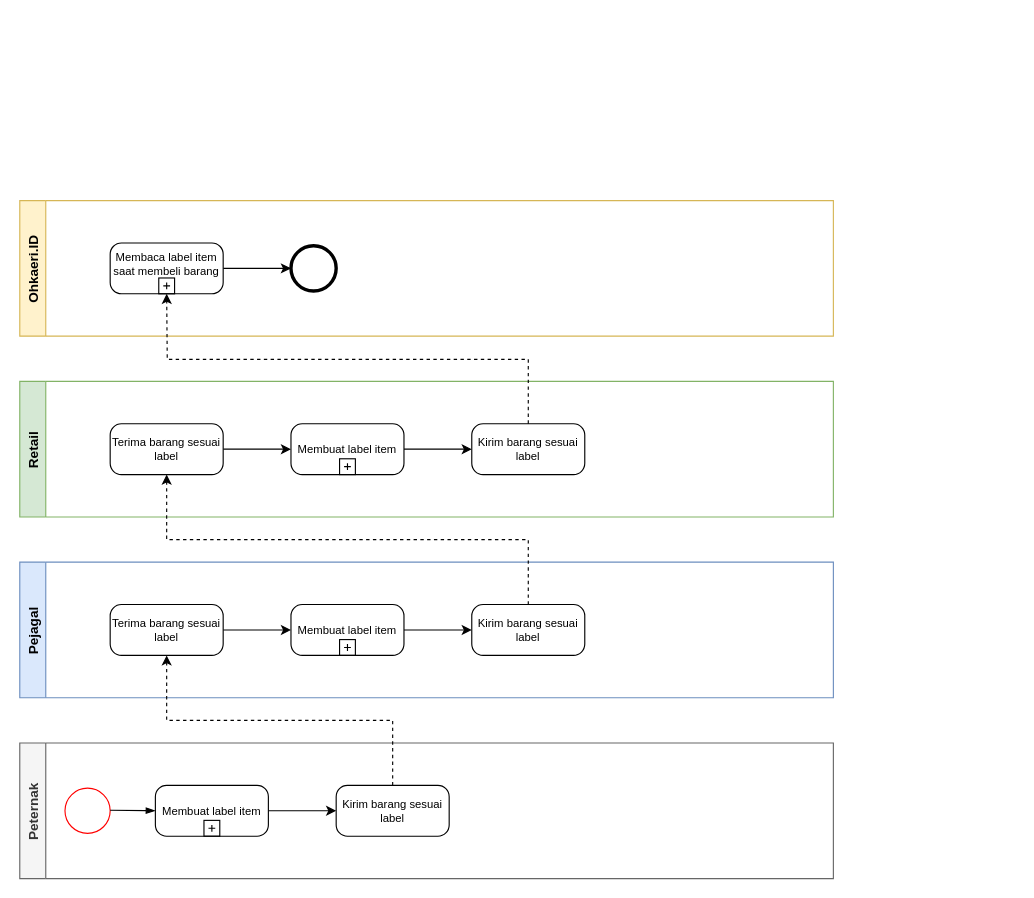
hanggaa/Diagram keeps this draw.io diagram as BPMN_Ternak(No Produce).drawio. Above is the earlier version. Source tidied: cells renumbered, new cells numbered last; positions are measured from the earlier drawing's top-left corner, leaving out a move shared by most shapes. Both pictures are drawn from the tidied source at 113%, with x=0, y=0 at pixel (19, 200).
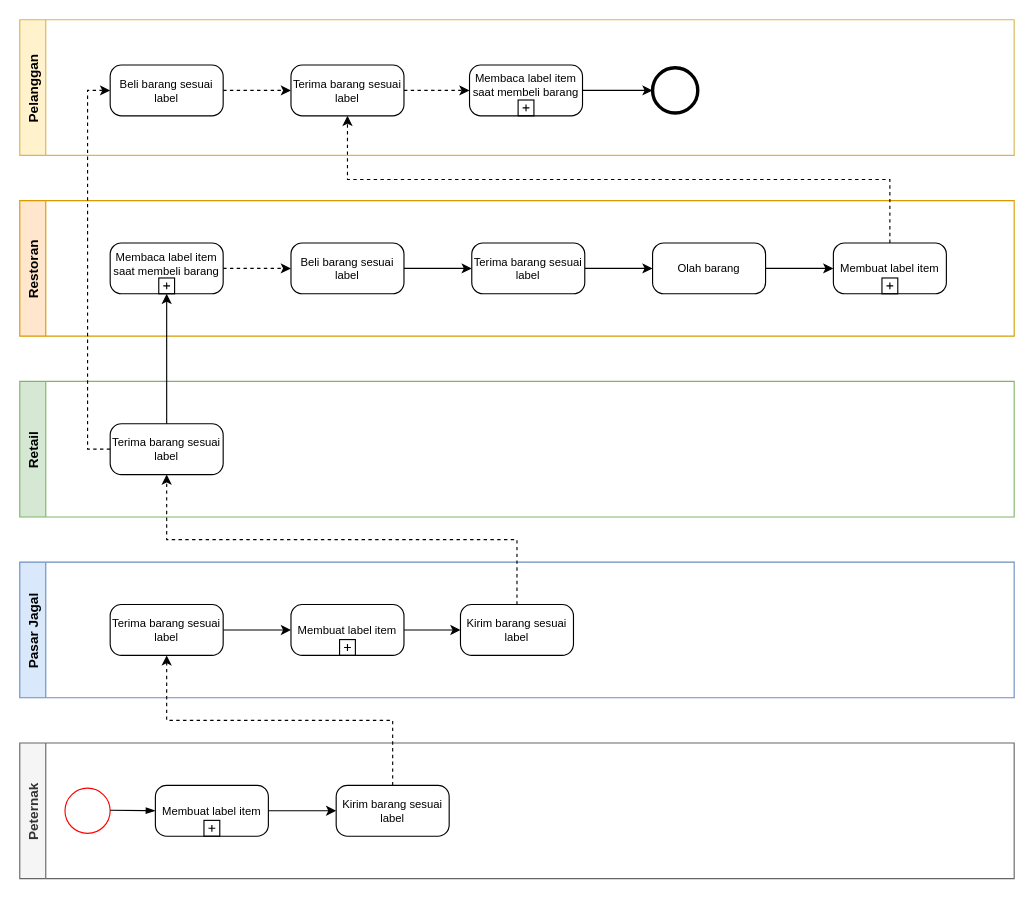
The same diagram, later.

Unchanged cells that the change refers to:
```xml
<mxCell id="4" value="Terima barang sesuai label" style="points=[[0.25,0,0],[0.5,0,0],[0.75,0,0],[1,0.25,0],[1,0.5,0],[1,0.75,0],[0.75,1,0],[0.5,1,0],[0.25,1,0],[0,0.75,0],[0,0.5,0],[0,0.25,0]];shape=mxgraph.bpmn.task;whiteSpace=wrap;rectStyle=rounded;size=10;taskMarker=abstract;fontSize=10;" parent="2" vertex="1">
  <mxGeometry x="80" y="37.5" width="100" height="45" as="geometry" />
</mxCell>
<mxCell id="10" value="Terima barang sesuai label" style="points=[[0.25,0,0],[0.5,0,0],[0.75,0,0],[1,0.25,0],[1,0.5,0],[1,0.75,0],[0.75,1,0],[0.5,1,0],[0.25,1,0],[0,0.75,0],[0,0.5,0],[0,0.25,0]];shape=mxgraph.bpmn.task;whiteSpace=wrap;rectStyle=rounded;size=10;taskMarker=abstract;fontSize=10;" parent="8" vertex="1">
  <mxGeometry x="80" y="37.5" width="100" height="45" as="geometry" />
</mxCell>
<mxCell id="16" value="Membaca label item saat membeli barang" style="points=[[0.25,0,0],[0.5,0,0],[0.75,0,0],[1,0.25,0],[1,0.5,0],[1,0.75,0],[0.75,1,0],[0.5,1,0],[0.25,1,0],[0,0.75,0],[0,0.5,0],[0,0.25,0]];shape=mxgraph.bpmn.task;whiteSpace=wrap;rectStyle=rounded;size=10;taskMarker=abstract;isLoopSub=1;fontSize=10;verticalAlign=top;" parent="14" vertex="1">
  <mxGeometry x="80" y="37.5" width="100" height="45" as="geometry" />
</mxCell>
```

What changed in the source:
```diff
@@
-    <mxCell id="2" value="Pejagal" style="swimlane;horizontal=0;fillColor=#dae8fc;strokeColor=#6c8ebf;" parent="1" vertex="1">
-      <mxGeometry y="320" width="720" height="120" as="geometry" />
+    <mxCell id="2" value="Pasar Jagal" style="swimlane;horizontal=0;fillColor=#dae8fc;strokeColor=#6c8ebf;startSize=23;" parent="1" vertex="1">
+      <mxGeometry y="320" width="880" height="120" as="geometry" />
     </mxCell>
-    <mxCell id="3" style="edgeStyle=orthogonalEdgeStyle;rounded=0;jettySize=auto;html=1;exitX=1;exitY=0.5;exitDx=0;exitDy=0;exitPerimeter=0;entryX=0;entryY=0.5;entryDx=0;entryDy=0;entryPerimeter=0;" parent="2" edge="1" source="4" target="6">
-      <mxGeometry relative="1" as="geometry" />
-    </mxCell>
+    <mxCell id="27" style="edgeStyle=orthogonalEdgeStyle;rounded=0;jettySize=auto;html=1;exitX=1;exitY=0.5;exitDx=0;exitDy=0;exitPerimeter=0;entryX=0;entryY=0.5;entryDx=0;entryDy=0;entryPerimeter=0;" parent="2" edge="1" source="4" target="29">
+      <mxGeometry relative="1" as="geometry" />
+    </mxCell>
@@
-    <mxCell id="5" style="edgeStyle=orthogonalEdgeStyle;rounded=0;jettySize=auto;html=1;exitX=1;exitY=0.5;exitDx=0;exitDy=0;exitPerimeter=0;entryX=0;entryY=0.5;entryDx=0;entryDy=0;entryPerimeter=0;" parent="2" edge="1" source="6" target="7">
-      <mxGeometry relative="1" as="geometry" />
-    </mxCell>
-    <mxCell id="6" value="Membuat label item" style="points=[[0.25,0,0],[0.5,0,0],[0.75,0,0],[1,0.25,0],[1,0.5,0],[1,0.75,0],[0.75,1,0],[0.5,1,0],[0.25,1,0],[0,0.75,0],[0,0.5,0],[0,0.25,0]];shape=mxgraph.bpmn.task;whiteSpace=wrap;rectStyle=rounded;size=10;taskMarker=abstract;isLoopSub=1;fontSize=10;" parent="2" vertex="1">
-      <mxGeometry x="240" y="37.5" width="100" height="45" as="geometry" />
-    </mxCell>
     <mxCell id="7" value="Kirim barang sesuai label" style="points=[[0.25,0,0],[0.5,0,0],[0.75,0,0],[1,0.25,0],[1,0.5,0],[1,0.75,0],[0.75,1,0],[0.5,1,0],[0.25,1,0],[0,0.75,0],[0,0.5,0],[0,0.25,0]];shape=mxgraph.bpmn.task;whiteSpace=wrap;rectStyle=rounded;size=10;taskMarker=abstract;fontSize=10;" parent="2" vertex="1">
-      <mxGeometry x="400" y="37.5" width="100" height="45" as="geometry" />
+      <mxGeometry x="390" y="37.5" width="100" height="45" as="geometry" />
     </mxCell>
+    <mxCell id="28" style="edgeStyle=orthogonalEdgeStyle;rounded=0;jettySize=auto;html=1;exitX=1;exitY=0.5;exitDx=0;exitDy=0;exitPerimeter=0;entryX=0;entryY=0.5;entryDx=0;entryDy=0;entryPerimeter=0;" parent="2" edge="1" source="29" target="7">
+      <mxGeometry relative="1" as="geometry" />
+    </mxCell>
+    <mxCell id="29" value="Membuat label item" style="points=[[0.25,0,0],[0.5,0,0],[0.75,0,0],[1,0.25,0],[1,0.5,0],[1,0.75,0],[0.75,1,0],[0.5,1,0],[0.25,1,0],[0,0.75,0],[0,0.5,0],[0,0.25,0]];shape=mxgraph.bpmn.task;whiteSpace=wrap;rectStyle=rounded;size=10;taskMarker=abstract;isLoopSub=1;fontSize=10;" parent="2" vertex="1">
+      <mxGeometry x="240" y="37.5" width="100" height="45" as="geometry" />
+    </mxCell>
     <mxCell id="8" value="Retail" style="swimlane;horizontal=0;fillColor=#d5e8d4;strokeColor=#82b366;" parent="1" vertex="1">
-      <mxGeometry y="160" width="720" height="120" as="geometry" />
+      <mxGeometry y="160" width="880" height="120" as="geometry" />
     </mxCell>
-    <mxCell id="9" style="edgeStyle=orthogonalEdgeStyle;rounded=0;jettySize=auto;html=1;exitX=1;exitY=0.5;exitDx=0;exitDy=0;exitPerimeter=0;" parent="8" edge="1" source="10" target="12">
-      <mxGeometry relative="1" as="geometry" />
-    </mxCell>
@@
-    <mxCell id="11" style="edgeStyle=orthogonalEdgeStyle;rounded=0;jettySize=auto;html=1;exitX=1;exitY=0.5;exitDx=0;exitDy=0;exitPerimeter=0;entryX=0;entryY=0.5;entryDx=0;entryDy=0;entryPerimeter=0;" parent="8" edge="1" source="12" target="13">
-      <mxGeometry relative="1" as="geometry" />
-    </mxCell>
-    <mxCell id="12" value="Membuat label item" style="points=[[0.25,0,0],[0.5,0,0],[0.75,0,0],[1,0.25,0],[1,0.5,0],[1,0.75,0],[0.75,1,0],[0.5,1,0],[0.25,1,0],[0,0.75,0],[0,0.5,0],[0,0.25,0]];shape=mxgraph.bpmn.task;whiteSpace=wrap;rectStyle=rounded;size=10;taskMarker=abstract;isLoopSub=1;fontSize=10;" parent="8" vertex="1">
-      <mxGeometry x="240" y="37.5" width="100" height="45" as="geometry" />
-    </mxCell>
-    <mxCell id="13" value="Kirim barang sesuai label" style="points=[[0.25,0,0],[0.5,0,0],[0.75,0,0],[1,0.25,0],[1,0.5,0],[1,0.75,0],[0.75,1,0],[0.5,1,0],[0.25,1,0],[0,0.75,0],[0,0.5,0],[0,0.25,0]];shape=mxgraph.bpmn.task;whiteSpace=wrap;rectStyle=rounded;size=10;taskMarker=abstract;fontSize=10;" parent="8" vertex="1">
-      <mxGeometry x="400" y="37.5" width="100" height="45" as="geometry" />
-    </mxCell>
-    <mxCell id="14" value="Ohkaeri.ID" style="swimlane;horizontal=0;startSize=23;fillColor=#fff2cc;strokeColor=#d6b656;" parent="1" vertex="1">
-      <mxGeometry width="720" height="120" as="geometry" />
+    <mxCell id="14" value="Restoran" style="swimlane;horizontal=0;startSize=23;fillColor=#ffe6cc;strokeColor=#d79b00;" parent="1" vertex="1">
+      <mxGeometry width="880" height="120" as="geometry" />
     </mxCell>
-    <mxCell id="15" style="edgeStyle=orthogonalEdgeStyle;rounded=0;jettySize=auto;html=1;exitX=1;exitY=0.5;exitDx=0;exitDy=0;exitPerimeter=0;" parent="14" edge="1" source="16" target="17">
-      <mxGeometry relative="1" as="geometry" />
-    </mxCell>
+    <mxCell id="30" style="edgeStyle=orthogonalEdgeStyle;rounded=0;jettySize=auto;html=1;exitX=1;exitY=0.5;exitDx=0;exitDy=0;exitPerimeter=0;entryX=0;entryY=0.5;entryDx=0;entryDy=0;entryPerimeter=0;" parent="14" edge="1" source="31" target="33">
+      <mxGeometry relative="1" as="geometry" />
+    </mxCell>
+    <mxCell id="31" value="Beli barang sesuai label" style="points=[[0.25,0,0],[0.5,0,0],[0.75,0,0],[1,0.25,0],[1,0.5,0],[1,0.75,0],[0.75,1,0],[0.5,1,0],[0.25,1,0],[0,0.75,0],[0,0.5,0],[0,0.25,0]];shape=mxgraph.bpmn.task;whiteSpace=wrap;rectStyle=rounded;size=10;taskMarker=abstract;fontSize=10;" parent="14" vertex="1">
+      <mxGeometry x="240" y="37.5" width="100" height="45" as="geometry" />
+    </mxCell>
+    <mxCell id="32" style="edgeStyle=orthogonalEdgeStyle;rounded=0;jettySize=auto;html=1;exitX=1;exitY=0.5;exitDx=0;exitDy=0;exitPerimeter=0;entryX=0;entryY=0.5;entryDx=0;entryDy=0;entryPerimeter=0;" parent="14" edge="1" source="33" target="35">
+      <mxGeometry relative="1" as="geometry" />
+    </mxCell>
+    <mxCell id="33" value="Terima barang sesuai label" style="points=[[0.25,0,0],[0.5,0,0],[0.75,0,0],[1,0.25,0],[1,0.5,0],[1,0.75,0],[0.75,1,0],[0.5,1,0],[0.25,1,0],[0,0.75,0],[0,0.5,0],[0,0.25,0]];shape=mxgraph.bpmn.task;whiteSpace=wrap;rectStyle=rounded;size=10;taskMarker=abstract;fontSize=10;" parent="14" vertex="1">
+      <mxGeometry x="400" y="37.5" width="100" height="45" as="geometry" />
+    </mxCell>
+    <mxCell id="34" style="edgeStyle=orthogonalEdgeStyle;rounded=0;jettySize=auto;html=1;exitX=1;exitY=0.5;exitDx=0;exitDy=0;exitPerimeter=0;entryX=0;entryY=0.5;entryDx=0;entryDy=0;entryPerimeter=0;" parent="14" edge="1" source="35" target="36">
+      <mxGeometry relative="1" as="geometry" />
+    </mxCell>
+    <mxCell id="35" value="Olah barang" style="points=[[0.25,0,0],[0.5,0,0],[0.75,0,0],[1,0.25,0],[1,0.5,0],[1,0.75,0],[0.75,1,0],[0.5,1,0],[0.25,1,0],[0,0.75,0],[0,0.5,0],[0,0.25,0]];shape=mxgraph.bpmn.task;whiteSpace=wrap;rectStyle=rounded;size=10;taskMarker=abstract;fontSize=10;" parent="14" vertex="1">
+      <mxGeometry x="560" y="37.5" width="100" height="45" as="geometry" />
+    </mxCell>
+    <mxCell id="36" value="Membuat label item" style="points=[[0.25,0,0],[0.5,0,0],[0.75,0,0],[1,0.25,0],[1,0.5,0],[1,0.75,0],[0.75,1,0],[0.5,1,0],[0.25,1,0],[0,0.75,0],[0,0.5,0],[0,0.25,0]];shape=mxgraph.bpmn.task;whiteSpace=wrap;rectStyle=rounded;size=10;taskMarker=abstract;isLoopSub=1;fontSize=10;" parent="14" vertex="1">
+      <mxGeometry x="720" y="37.5" width="100" height="45" as="geometry" />
+    </mxCell>
+    <mxCell id="37" style="edgeStyle=orthogonalEdgeStyle;rounded=0;jettySize=auto;html=1;exitX=1;exitY=0.5;exitDx=0;exitDy=0;exitPerimeter=0;entryX=0;entryY=0.5;entryDx=0;entryDy=0;entryPerimeter=0;dashed=1;" parent="14" edge="1" source="16" target="31">
+      <mxGeometry relative="1" as="geometry" />
+    </mxCell>
@@
-    <mxCell id="17" style="points=[[0.145,0.145,0],[0.5,0,0],[0.855,0.145,0],[1,0.5,0],[0.855,0.855,0],[0.5,1,0],[0.145,0.855,0],[0,0.5,0]];shape=mxgraph.bpmn.event;html=1;verticalLabelPosition=bottom;labelBackgroundColor=#ffffff;verticalAlign=top;align=center;perimeter=ellipsePerimeter;outlineConnect=0;outline=end;symbol=terminate2;" parent="14" vertex="1">
-      <mxGeometry x="240" y="40" width="40" height="40" as="geometry" />
-    </mxCell>
     <mxCell id="18" value="Peternak" style="swimlane;horizontal=0;startSize=23;fillColor=#f5f5f5;fontColor=#333333;strokeColor=#666666;" parent="1" vertex="1">
-      <mxGeometry y="480" width="720" height="120" as="geometry" />
+      <mxGeometry y="480" width="880" height="120" as="geometry" />
     </mxCell>
@@
-    <mxCell id="26" style="edgeStyle=orthogonalEdgeStyle;rounded=0;jettySize=auto;html=1;exitX=0.5;exitY=0;exitDx=0;exitDy=0;exitPerimeter=0;entryX=0.5;entryY=1;entryDx=0;entryDy=0;entryPerimeter=0;dashed=1;" parent="1" edge="1" source="13">
-      <mxGeometry relative="1" as="geometry">
-        <mxPoint x="130" y="82.5" as="targetPoint" />
-      </mxGeometry>
-    </mxCell>
+    <mxCell id="38" value="Pelanggan" style="swimlane;horizontal=0;startSize=23;fillColor=#fff2cc;strokeColor=#d6b656;" parent="1" vertex="1">
+      <mxGeometry y="-160" width="880" height="120" as="geometry" />
+    </mxCell>
+    <mxCell id="39" style="edgeStyle=orthogonalEdgeStyle;rounded=0;jettySize=auto;html=1;exitX=1;exitY=0.5;exitDx=0;exitDy=0;exitPerimeter=0;" parent="38" edge="1" source="40" target="41">
+      <mxGeometry relative="1" as="geometry" />
+    </mxCell>
+    <mxCell id="40" value="Membaca label item saat membeli barang" style="points=[[0.25,0,0],[0.5,0,0],[0.75,0,0],[1,0.25,0],[1,0.5,0],[1,0.75,0],[0.75,1,0],[0.5,1,0],[0.25,1,0],[0,0.75,0],[0,0.5,0],[0,0.25,0]];shape=mxgraph.bpmn.task;whiteSpace=wrap;rectStyle=rounded;size=10;taskMarker=abstract;isLoopSub=1;fontSize=10;verticalAlign=top;" parent="38" vertex="1">
+      <mxGeometry x="398" y="40" width="100" height="45" as="geometry" />
+    </mxCell>
+    <mxCell id="41" style="points=[[0.145,0.145,0],[0.5,0,0],[0.855,0.145,0],[1,0.5,0],[0.855,0.855,0],[0.5,1,0],[0.145,0.855,0],[0,0.5,0]];shape=mxgraph.bpmn.event;html=1;verticalLabelPosition=bottom;labelBackgroundColor=#ffffff;verticalAlign=top;align=center;perimeter=ellipsePerimeter;outlineConnect=0;outline=end;symbol=terminate2;" parent="38" vertex="1">
+      <mxGeometry x="560" y="42.5" width="40" height="40" as="geometry" />
+    </mxCell>
+    <mxCell id="42" style="edgeStyle=orthogonalEdgeStyle;rounded=0;jettySize=auto;html=1;exitX=1;exitY=0.5;exitDx=0;exitDy=0;exitPerimeter=0;dashed=1;" parent="38" edge="1" source="43" target="40">
+      <mxGeometry relative="1" as="geometry" />
+    </mxCell>
+    <mxCell id="43" value="Terima barang sesuai label" style="points=[[0.25,0,0],[0.5,0,0],[0.75,0,0],[1,0.25,0],[1,0.5,0],[1,0.75,0],[0.75,1,0],[0.5,1,0],[0.25,1,0],[0,0.75,0],[0,0.5,0],[0,0.25,0]];shape=mxgraph.bpmn.task;whiteSpace=wrap;rectStyle=rounded;size=10;taskMarker=abstract;fontSize=10;" parent="38" vertex="1">
+      <mxGeometry x="240" y="40" width="100" height="45" as="geometry" />
+    </mxCell>
+    <mxCell id="44" style="edgeStyle=orthogonalEdgeStyle;rounded=0;jettySize=auto;html=1;exitX=1;exitY=0.5;exitDx=0;exitDy=0;exitPerimeter=0;dashed=1;" parent="38" edge="1" source="45" target="43">
+      <mxGeometry relative="1" as="geometry" />
+    </mxCell>
+    <mxCell id="45" value="Beli barang sesuai label" style="points=[[0.25,0,0],[0.5,0,0],[0.75,0,0],[1,0.25,0],[1,0.5,0],[1,0.75,0],[0.75,1,0],[0.5,1,0],[0.25,1,0],[0,0.75,0],[0,0.5,0],[0,0.25,0]];shape=mxgraph.bpmn.task;whiteSpace=wrap;rectStyle=rounded;size=10;taskMarker=abstract;fontSize=10;" parent="38" vertex="1">
+      <mxGeometry x="80" y="40" width="100" height="45" as="geometry" />
+    </mxCell>
+    <mxCell id="46" style="edgeStyle=orthogonalEdgeStyle;rounded=0;jettySize=auto;html=1;exitX=0.5;exitY=0;exitDx=0;exitDy=0;exitPerimeter=0;entryX=0.5;entryY=1;entryDx=0;entryDy=0;entryPerimeter=0;dashed=1;" parent="1" edge="1" source="36" target="43">
+      <mxGeometry relative="1" as="geometry" />
+    </mxCell>
+    <mxCell id="47" style="edgeStyle=orthogonalEdgeStyle;rounded=0;jettySize=auto;html=1;exitX=0.5;exitY=0;exitDx=0;exitDy=0;exitPerimeter=0;entryX=0.5;entryY=1;entryDx=0;entryDy=0;entryPerimeter=0;" parent="1" edge="1" source="10" target="16">
+      <mxGeometry relative="1" as="geometry" />
+    </mxCell>
+    <mxCell id="48" style="edgeStyle=orthogonalEdgeStyle;rounded=0;jettySize=auto;html=1;exitX=0;exitY=0.5;exitDx=0;exitDy=0;exitPerimeter=0;entryX=0;entryY=0.5;entryDx=0;entryDy=0;entryPerimeter=0;dashed=1;" parent="1" edge="1" source="10" target="45">
+      <mxGeometry relative="1" as="geometry" />
+    </mxCell>
```
